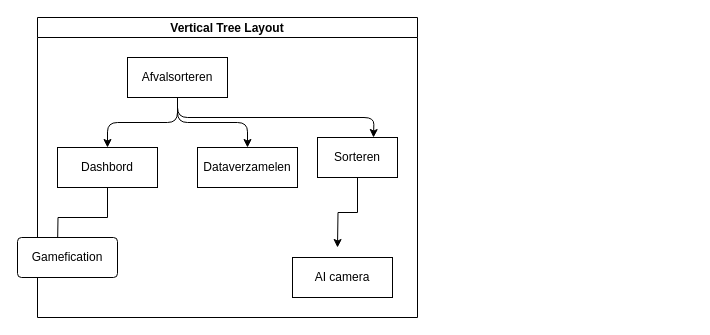
RA1035813/Skill keeps this draw.io diagram as Diagram zonder titel.drawio. Above is the earlier version. Source tidied: cells renumbered, new cells numbered last; positions are measured from the earlier drawing's top-left corner, leaving out a move shared by most shapes. Both pictures are drawn from the tidied source at 100%, with x=0, y=0 at pixel (17, 17).
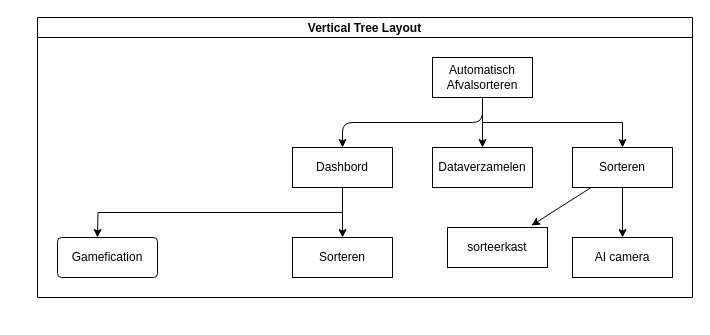
The same page after the edit.

The edit, as a diff of the source:
```diff
@@
 <mxGraphModel>
   <root>
     <mxCell id="0" />
     <mxCell id="1" parent="0" />
     <mxCell id="2" value="Vertical Tree Layout" style="swimlane;startSize=20;horizontal=1;horizontalTree=0;sortEdges=1;containerType=tree;fontSize=12;" parent="1" vertex="1">
-      <mxGeometry x="20" width="380" height="300" as="geometry" />
+      <mxGeometry x="20" width="655" height="280" as="geometry" />
     </mxCell>
-    <mxCell id="3" style="edgeStyle=orthogonalEdgeStyle;jettySize=auto;html=1;exitX=0.5;exitY=1;exitDx=0;exitDy=0;" parent="2" edge="1" source="4">
-      <mxGeometry relative="1" as="geometry">
-        <mxPoint x="336" y="120" as="targetPoint" />
-      </mxGeometry>
-    </mxCell>
+    <mxCell id="15" style="edgeStyle=orthogonalEdgeStyle;rounded=0;jettySize=auto;html=1;exitX=0.5;exitY=1;exitDx=0;exitDy=0;" parent="2" edge="1" source="4" target="17">
+      <mxGeometry relative="1" as="geometry" />
+    </mxCell>
-    <mxCell id="4" value="Afvalsorteren" style="whiteSpace=wrap;html=1;" parent="2" vertex="1">
-      <mxGeometry x="90" y="40" width="100" height="40" as="geometry" />
+    <mxCell id="4" value="Automatisch Afvalsorteren" style="whiteSpace=wrap;html=1;" parent="2" vertex="1">
+      <mxGeometry x="395" y="40" width="100" height="40" as="geometry" />
     </mxCell>
-    <mxCell id="5" style="edgeStyle=orthogonalEdgeStyle;rounded=0;jettySize=auto;html=1;exitX=0.5;exitY=1;exitDx=0;exitDy=0;" parent="2" edge="1" source="6">
-      <mxGeometry relative="1" as="geometry">
-        <mxPoint x="20" y="230" as="targetPoint" />
-      </mxGeometry>
-    </mxCell>
     <mxCell id="6" value="Dashbord" style="whiteSpace=wrap;html=1;" parent="2" vertex="1">
-      <mxGeometry x="20" y="130" width="100" height="40" as="geometry" />
+      <mxGeometry x="255" y="130" width="100" height="40" as="geometry" />
     </mxCell>
     <mxCell id="7" style="edgeStyle=elbowEdgeStyle;elbow=vertical;html=1;rounded=1;curved=0;sourcePerimeterSpacing=0;targetPerimeterSpacing=0;startSize=6;endSize=6;" parent="2" edge="1" source="4" target="6">
       <mxGeometry relative="1" as="geometry" />
     </mxCell>
     <mxCell id="8" value="Dataverzamelen" style="whiteSpace=wrap;html=1;" parent="2" vertex="1">
-      <mxGeometry x="160" y="130" width="100" height="40" as="geometry" />
+      <mxGeometry x="395" y="130" width="100" height="40" as="geometry" />
     </mxCell>
     <mxCell id="9" style="edgeStyle=elbowEdgeStyle;elbow=vertical;html=1;rounded=1;curved=0;sourcePerimeterSpacing=0;targetPerimeterSpacing=0;startSize=6;endSize=6;" parent="2" edge="1" source="4" target="8">
       <mxGeometry relative="1" as="geometry" />
     </mxCell>
-    <mxCell id="10" style="rounded=0;whiteSpace=wrap;html=1;" parent="2" vertex="1">
-      <mxGeometry x="280" y="120" width="80" height="40" as="geometry" />
-    </mxCell>
-    <mxCell id="11" style="edgeStyle=orthogonalEdgeStyle;rounded=0;jettySize=auto;html=1;exitX=0.5;exitY=1;exitDx=0;exitDy=0;" parent="2" edge="1" source="12">
-      <mxGeometry relative="1" as="geometry">
-        <mxPoint x="300" y="230" as="targetPoint" />
-      </mxGeometry>
-    </mxCell>
-    <mxCell id="12" value="Sorteren" style="text;html=1;whiteSpace=wrap;strokeColor=none;fillColor=none;align=center;verticalAlign=middle;rounded=0;" parent="2" vertex="1">
-      <mxGeometry x="285" y="120" width="70" height="40" as="geometry" />
-    </mxCell>
+    <mxCell id="14" value="Gamefication" style="rounded=1;arcSize=10;whiteSpace=wrap;html=1;align=center;" parent="2" vertex="1">
+      <mxGeometry x="20" y="220" width="100" height="40" as="geometry" />
+    </mxCell>
+    <mxCell id="5" style="edgeStyle=orthogonalEdgeStyle;rounded=0;jettySize=auto;html=1;exitX=0.5;exitY=1;exitDx=0;exitDy=0;" parent="2" edge="1" source="6">
+      <mxGeometry relative="1" as="geometry">
+        <mxPoint x="60" y="220" as="targetPoint" />
+      </mxGeometry>
+    </mxCell>
+    <mxCell id="16" style="edgeStyle=orthogonalEdgeStyle;rounded=0;jettySize=auto;html=1;exitX=0.5;exitY=1;exitDx=0;exitDy=0;entryX=0.5;entryY=0;entryDx=0;entryDy=0;" parent="2" edge="1" source="17" target="13">
+      <mxGeometry relative="1" as="geometry" />
+    </mxCell>
+    <mxCell id="17" value="Sorteren" style="whiteSpace=wrap;html=1;align=center;" parent="2" vertex="1">
+      <mxGeometry x="535" y="130" width="100" height="40" as="geometry" />
+    </mxCell>
     <mxCell id="13" value="AI camera" style="whiteSpace=wrap;html=1;align=center;" parent="2" vertex="1">
-      <mxGeometry x="255" y="240" width="100" height="40" as="geometry" />
+      <mxGeometry x="535" y="220" width="100" height="40" as="geometry" />
     </mxCell>
-    <mxCell id="14" value="Gamefication" style="rounded=1;arcSize=10;whiteSpace=wrap;html=1;align=center;" parent="1" vertex="1">
-      <mxGeometry y="220" width="100" height="40" as="geometry" />
-    </mxCell>
+    <mxCell id="18" style="endArrow=classic;html=1;rounded=0;" parent="2" edge="1" source="6" target="19">
+      <mxGeometry relative="1" as="geometry" />
+    </mxCell>
+    <mxCell id="19" value="Sorteren" style="whiteSpace=wrap;html=1;align=center;" parent="2" vertex="1">
+      <mxGeometry x="255" y="220" width="100" height="40" as="geometry" />
+    </mxCell>
+    <mxCell id="20" value="sorteerkast" style="whiteSpace=wrap;html=1;align=center;" parent="2" vertex="1">
+      <mxGeometry x="410" y="210" width="100" height="40" as="geometry" />
+    </mxCell>
+    <mxCell id="21" style="endArrow=classic;html=1;rounded=0;entryX=0.84;entryY=-0.05;entryDx=0;entryDy=0;entryPerimeter=0;" parent="2" edge="1" source="17" target="20">
+      <mxGeometry relative="1" as="geometry" />
+    </mxCell>
   </root>
 </mxGraphModel>
```
